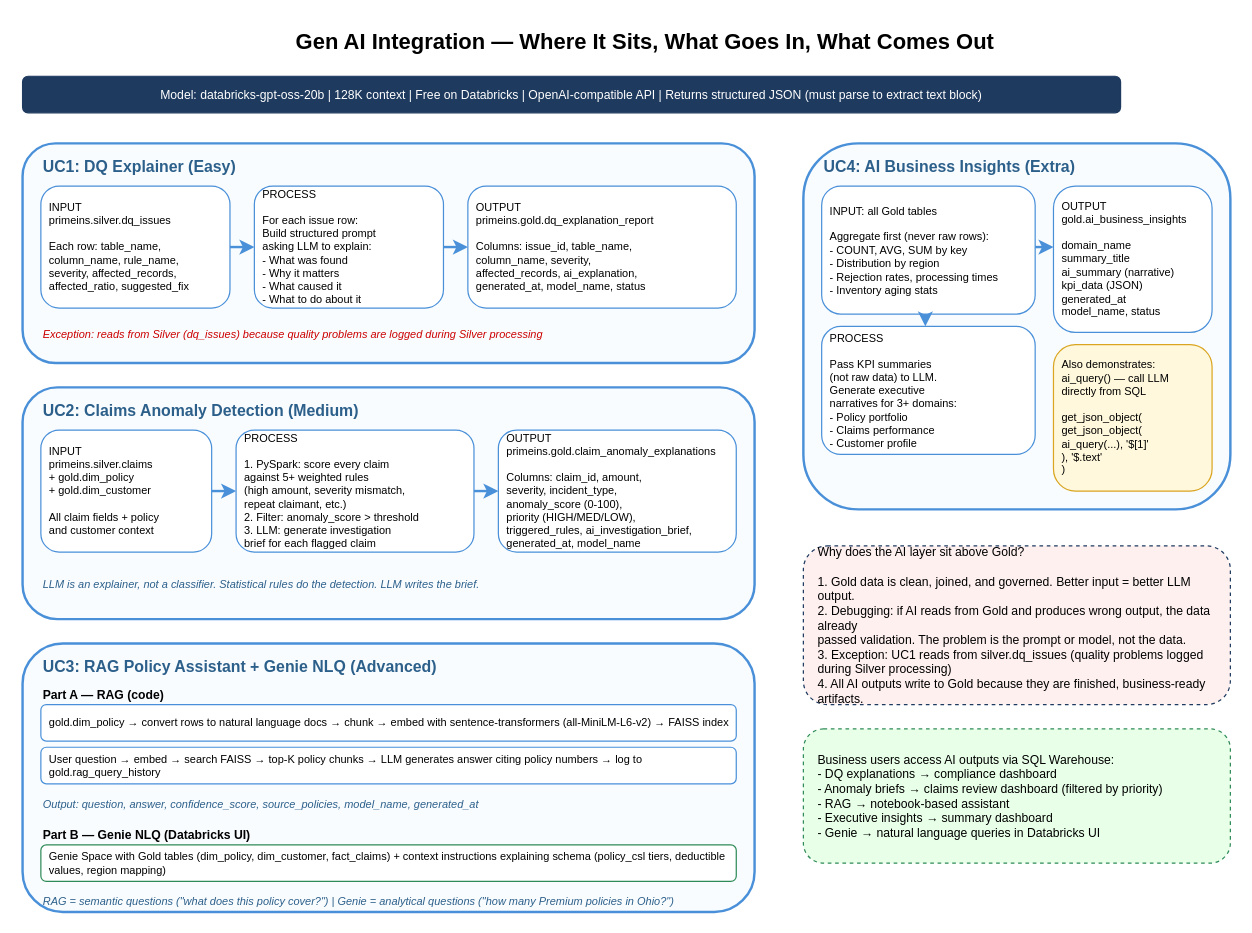
neerajkumar-jft/primeinsurance-poc keeps this draw.io diagram as page "4. Gen AI Integration" (4 of 4) of docs/architecture-complete.drawio. Above is the earlier version. Source tidied: cells renumbered, new cells numbered last; positions are measured from the earlier drawing's top-left corner, leaving out a move shared by most shapes. Both pictures are drawn from the tidied source at 122%, with x=0, y=0 at pixel (22, 21).
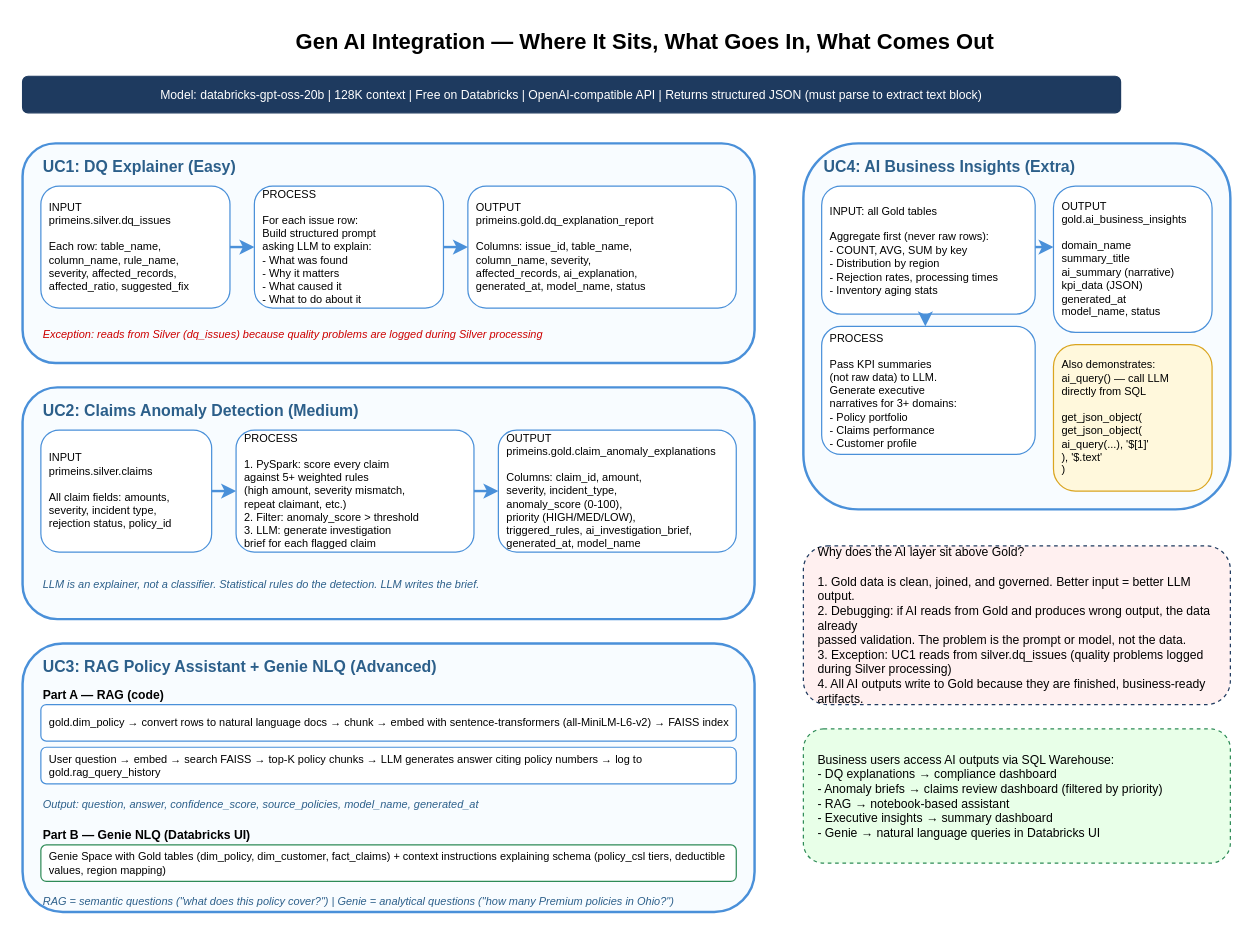
The same page after the edit.

Commit message (it also covers changes not shown here):
Fix UC2 input: silver.claims only, remove Gold dims reference

UC2 requirement specifies primeins.silver.claims as the sole input.
Removed references to gold.dim_policy and gold.dim_customer from:
- architecture.md
- docs/architecture-diagram.drawio
- docs/architecture-complete.drawio (data flow + gen AI pages)

The edit, as a diff of the source:
```diff
@@
-    <mxCell id="14" value="INPUT&#10;primeins.silver.claims&#10;+ gold.dim_policy&#10;+ gold.dim_customer&#10;&#10;All claim fields + policy&#10;and customer context" style="rounded=1;whiteSpace=wrap;html=1;fontSize=9;fillColor=#FFFFFF;strokeColor=#4A90D9;align=left;spacingLeft=5;" parent="1" vertex="1">
+    <mxCell id="14" value="INPUT&#10;primeins.silver.claims&#10;&#10;All claim fields: amounts,&#10;severity, incident type,&#10;rejection status, policy_id" style="rounded=1;whiteSpace=wrap;html=1;fontSize=9;fillColor=#FFFFFF;strokeColor=#4A90D9;align=left;spacingLeft=5;" parent="1" vertex="1">
       <mxGeometry x="15" y="335" width="140" height="100" as="geometry" />
     </mxCell>
```
